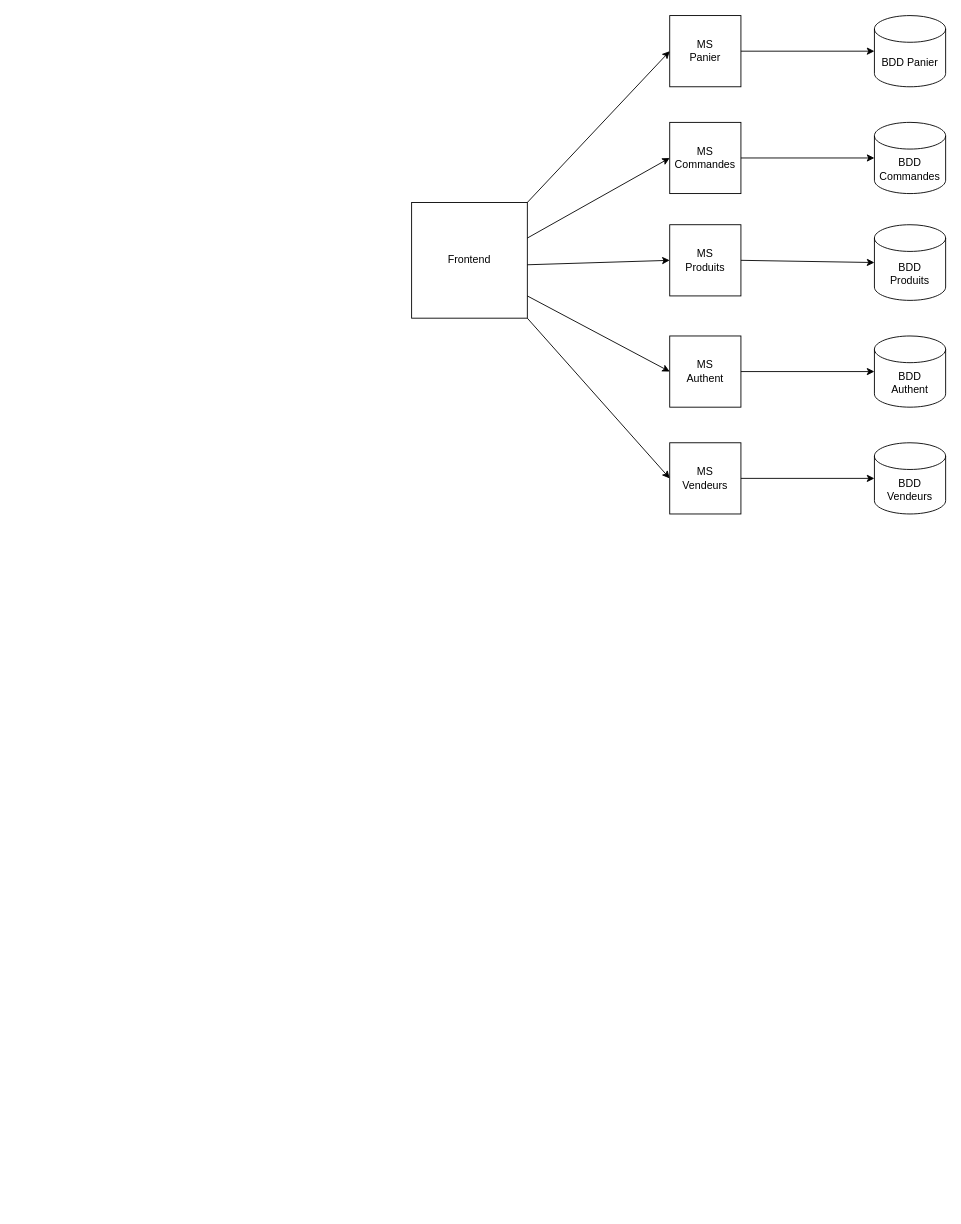
The draw.io diagram BDiscount.drawio in taobourmaud/BDiscount, before the edit. Source tidied: cells renumbered, new cells numbered last; positions are measured from the earlier drawing's top-left corner, leaving out a move shared by most shapes. Both pictures are drawn from the tidied source at 89%, with x=0, y=0 at pixel (411, 15).
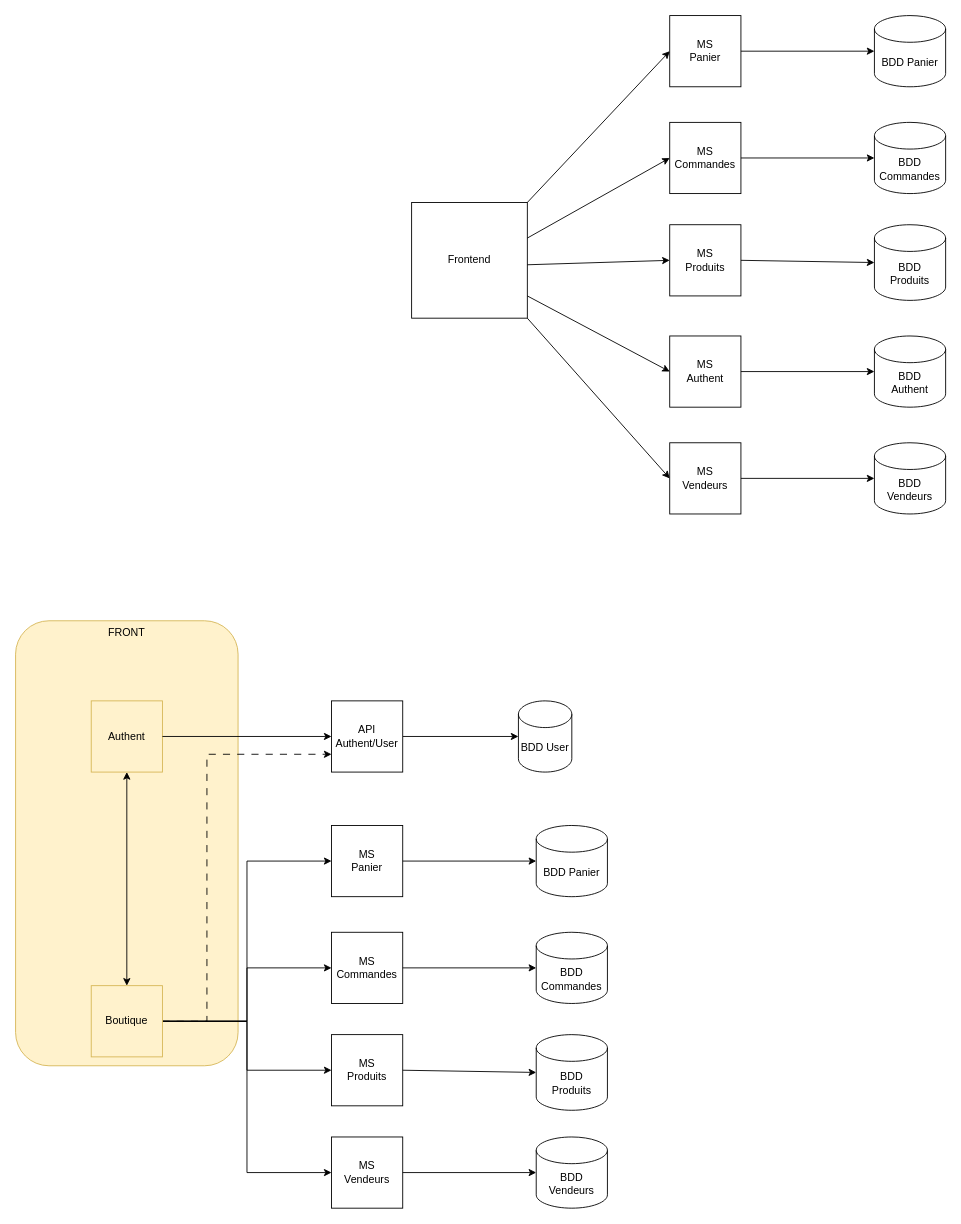
The same diagram, later.

Commit message:
Mettre à jour BDiscount.drawio

Diff of the diagram source:
```diff
@@
+    <mxCell id="23" value="FRONT" style="rounded=1;whiteSpace=wrap;html=1;horizontal=1;verticalAlign=top;fillColor=#fff2cc;strokeColor=#d6b656;" parent="1" vertex="1">
+      <mxGeometry x="-445" y="680" width="250" height="500" as="geometry" />
+    </mxCell>
@@
+    <mxCell id="24" value="Authent" style="whiteSpace=wrap;html=1;fillColor=#fff2cc;strokeColor=#d6b656;" parent="1" vertex="1">
+      <mxGeometry x="-360" y="770" width="80" height="80" as="geometry" />
+    </mxCell>
+    <mxCell id="25" style="edgeStyle=orthogonalEdgeStyle;rounded=0;jettySize=auto;html=1;entryX=0;entryY=0.5;entryDx=0;entryDy=0;" parent="1" edge="1" source="30" target="42">
+      <mxGeometry relative="1" as="geometry" />
+    </mxCell>
+    <mxCell id="26" style="edgeStyle=orthogonalEdgeStyle;rounded=0;jettySize=auto;html=1;" parent="1" edge="1" source="30" target="37">
+      <mxGeometry relative="1" as="geometry" />
+    </mxCell>
+    <mxCell id="27" style="edgeStyle=orthogonalEdgeStyle;rounded=0;jettySize=auto;html=1;entryX=0;entryY=0.5;entryDx=0;entryDy=0;" parent="1" edge="1" source="30" target="36">
+      <mxGeometry relative="1" as="geometry" />
+    </mxCell>
+    <mxCell id="28" style="edgeStyle=orthogonalEdgeStyle;rounded=0;jettySize=auto;html=1;entryX=0;entryY=0.5;entryDx=0;entryDy=0;" parent="1" edge="1" source="30" target="45">
+      <mxGeometry relative="1" as="geometry" />
+    </mxCell>
+    <mxCell id="29" style="edgeStyle=orthogonalEdgeStyle;rounded=0;jettySize=auto;html=1;entryX=0;entryY=0.75;entryDx=0;entryDy=0;dashed=1;dashPattern=8 8;" parent="1" edge="1" source="30" target="33">
+      <mxGeometry relative="1" as="geometry">
+        <Array as="points">
+          <mxPoint x="-230" y="1130" />
+          <mxPoint x="-230" y="830" />
+        </Array>
+      </mxGeometry>
+    </mxCell>
+    <mxCell id="30" value="Boutique" style="whiteSpace=wrap;html=1;fillColor=#fff2cc;strokeColor=#d6b656;" parent="1" vertex="1">
+      <mxGeometry x="-360" y="1090" width="80" height="80" as="geometry" />
+    </mxCell>
+    <mxCell id="31" style="endArrow=classic;startArrow=classic;html=1;rounded=0;exitX=0.5;exitY=0;exitDx=0;exitDy=0;entryX=0.5;entryY=1;entryDx=0;entryDy=0;" parent="1" edge="1" source="30" target="24">
+      <mxGeometry relative="1" as="geometry" />
+    </mxCell>
+    <mxCell id="32" style="edgeStyle=orthogonalEdgeStyle;rounded=0;jettySize=auto;html=1;" parent="1" edge="1" source="33" target="35">
+      <mxGeometry relative="1" as="geometry" />
+    </mxCell>
+    <mxCell id="33" value="API Authent/User" style="whiteSpace=wrap;html=1;" parent="1" vertex="1">
+      <mxGeometry x="-90" y="770" width="80" height="80" as="geometry" />
+    </mxCell>
+    <mxCell id="34" style="endArrow=classic;html=1;rounded=0;exitX=1;exitY=0.5;exitDx=0;exitDy=0;entryX=0;entryY=0.5;entryDx=0;entryDy=0;" parent="1" edge="1" source="24" target="33">
+      <mxGeometry relative="1" as="geometry" />
+    </mxCell>
+    <mxCell id="35" value="BDD User&lt;br&gt;" style="shape=cylinder3;whiteSpace=wrap;html=1;boundedLbl=1;backgroundOutline=1;size=15;" parent="1" vertex="1">
+      <mxGeometry x="120" y="770" width="60" height="80" as="geometry" />
+    </mxCell>
+    <mxCell id="36" value="MS&lt;br&gt;Produits" style="whiteSpace=wrap;html=1;" parent="1" vertex="1">
+      <mxGeometry x="-90" y="1145" width="80" height="80" as="geometry" />
+    </mxCell>
+    <mxCell id="37" value="MS&lt;br&gt;Commandes" style="whiteSpace=wrap;html=1;" parent="1" vertex="1">
+      <mxGeometry x="-90" y="1030" width="80" height="80" as="geometry" />
+    </mxCell>
+    <mxCell id="38" value="BDD Commandes" style="shape=cylinder3;whiteSpace=wrap;html=1;boundedLbl=1;backgroundOutline=1;size=15;" parent="1" vertex="1">
+      <mxGeometry x="140" y="1030" width="80" height="80" as="geometry" />
+    </mxCell>
+    <mxCell id="39" value="BDD&lt;br&gt;Produits" style="shape=cylinder3;whiteSpace=wrap;html=1;boundedLbl=1;backgroundOutline=1;size=15;" parent="1" vertex="1">
+      <mxGeometry x="140" y="1145" width="80" height="85" as="geometry" />
+    </mxCell>
+    <mxCell id="40" style="endArrow=classic;html=1;rounded=0;entryX=0;entryY=0.5;entryDx=0;entryDy=0;entryPerimeter=0;" parent="1" edge="1" target="38">
+      <mxGeometry relative="1" as="geometry">
+        <mxPoint x="-10" y="1070" as="sourcePoint" />
+      </mxGeometry>
+    </mxCell>
+    <mxCell id="41" style="endArrow=classic;html=1;rounded=0;exitX=1;exitY=0.5;exitDx=0;exitDy=0;entryX=0;entryY=0.5;entryDx=0;entryDy=0;entryPerimeter=0;" parent="1" edge="1" source="36" target="39">
+      <mxGeometry relative="1" as="geometry" />
+    </mxCell>
+    <mxCell id="42" value="MS&lt;br&gt;Panier" style="whiteSpace=wrap;html=1;" parent="1" vertex="1">
+      <mxGeometry x="-90" y="910" width="80" height="80" as="geometry" />
+    </mxCell>
+    <mxCell id="43" value="BDD Panier" style="shape=cylinder3;whiteSpace=wrap;html=1;boundedLbl=1;backgroundOutline=1;size=15;" parent="1" vertex="1">
+      <mxGeometry x="140" y="910" width="80" height="80" as="geometry" />
+    </mxCell>
+    <mxCell id="44" style="endArrow=classic;html=1;rounded=0;entryX=0;entryY=0.5;entryDx=0;entryDy=0;entryPerimeter=0;" parent="1" edge="1" target="43">
+      <mxGeometry relative="1" as="geometry">
+        <mxPoint x="-10" y="950" as="sourcePoint" />
+      </mxGeometry>
+    </mxCell>
+    <mxCell id="45" value="MS&lt;br&gt;Vendeurs" style="whiteSpace=wrap;html=1;" parent="1" vertex="1">
+      <mxGeometry x="-90" y="1260" width="80" height="80" as="geometry" />
+    </mxCell>
+    <mxCell id="46" value="BDD&lt;br&gt;Vendeurs" style="shape=cylinder3;whiteSpace=wrap;html=1;boundedLbl=1;backgroundOutline=1;size=15;" parent="1" vertex="1">
+      <mxGeometry x="140" y="1260" width="80" height="80" as="geometry" />
+    </mxCell>
+    <mxCell id="47" style="endArrow=classic;html=1;rounded=0;entryX=0;entryY=0.5;entryDx=0;entryDy=0;entryPerimeter=0;" parent="1" edge="1" target="46">
+      <mxGeometry relative="1" as="geometry">
+        <mxPoint x="-10" y="1300" as="sourcePoint" />
+      </mxGeometry>
+    </mxCell>
```
